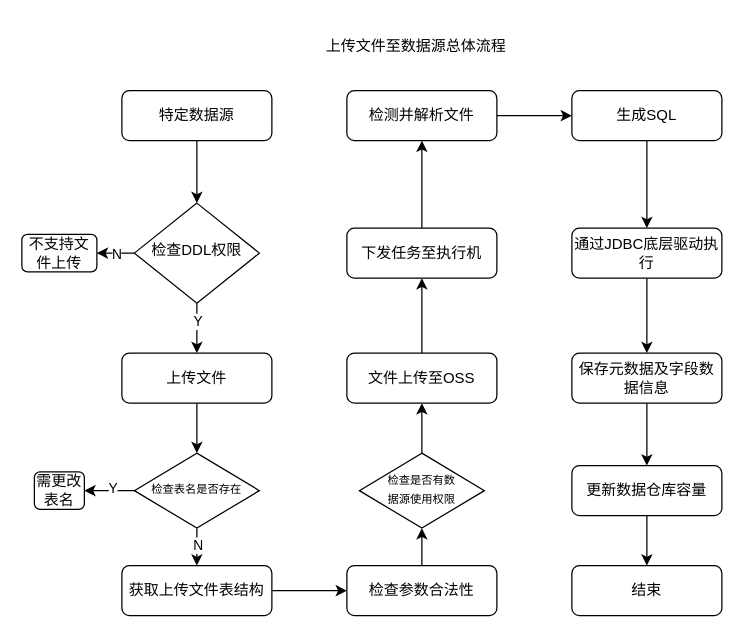
The draw.io diagram 未命名绘图.drawio in QQLZ/MIT-6.824, before the edit. Source tidied: cells renumbered, new cells numbered last; positions are measured from the earlier drawing's top-left corner, leaving out a move shared by most shapes. Both pictures are drawn from the tidied source at 125%, with x=0, y=0 at pixel (21, 28).
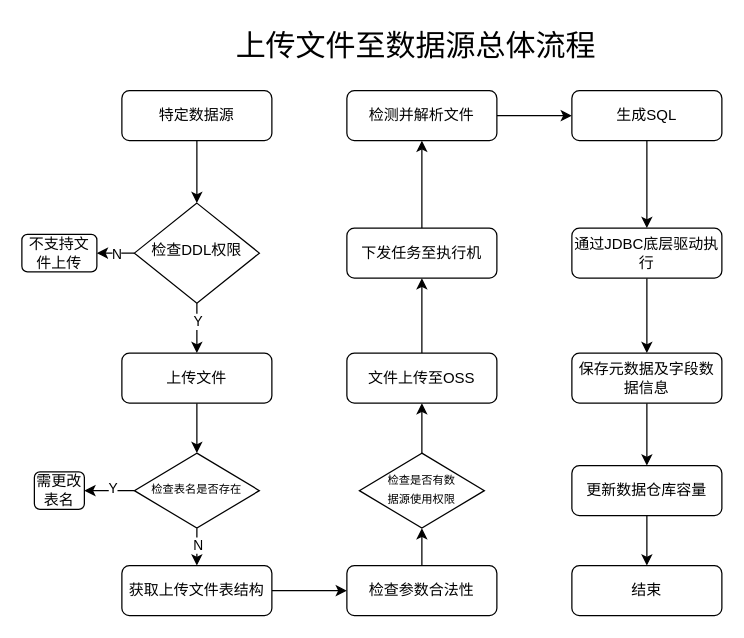
The same diagram, later.

Commit message (it also covers changes not shown here):
更新未命名绘图.drawio

What changed in the source:
```diff
@@
-    <mxCell id="12" value="上传文件至数据源总体流程" style="text;html=1;align=center;verticalAlign=middle;strokeColor=none;fillColor=none;" parent="1" vertex="1">
-      <mxGeometry x="230" width="170" height="30" as="geometry" />
+    <mxCell id="12" value="&lt;font style=&quot;font-size: 24px;&quot;&gt;上传文件至数据源总体流程&lt;/font&gt;" style="text;html=1;align=center;verticalAlign=middle;strokeColor=none;fillColor=none;" parent="1" vertex="1">
+      <mxGeometry x="160" y="-5" width="310" height="40" as="geometry" />
     </mxCell>
```
